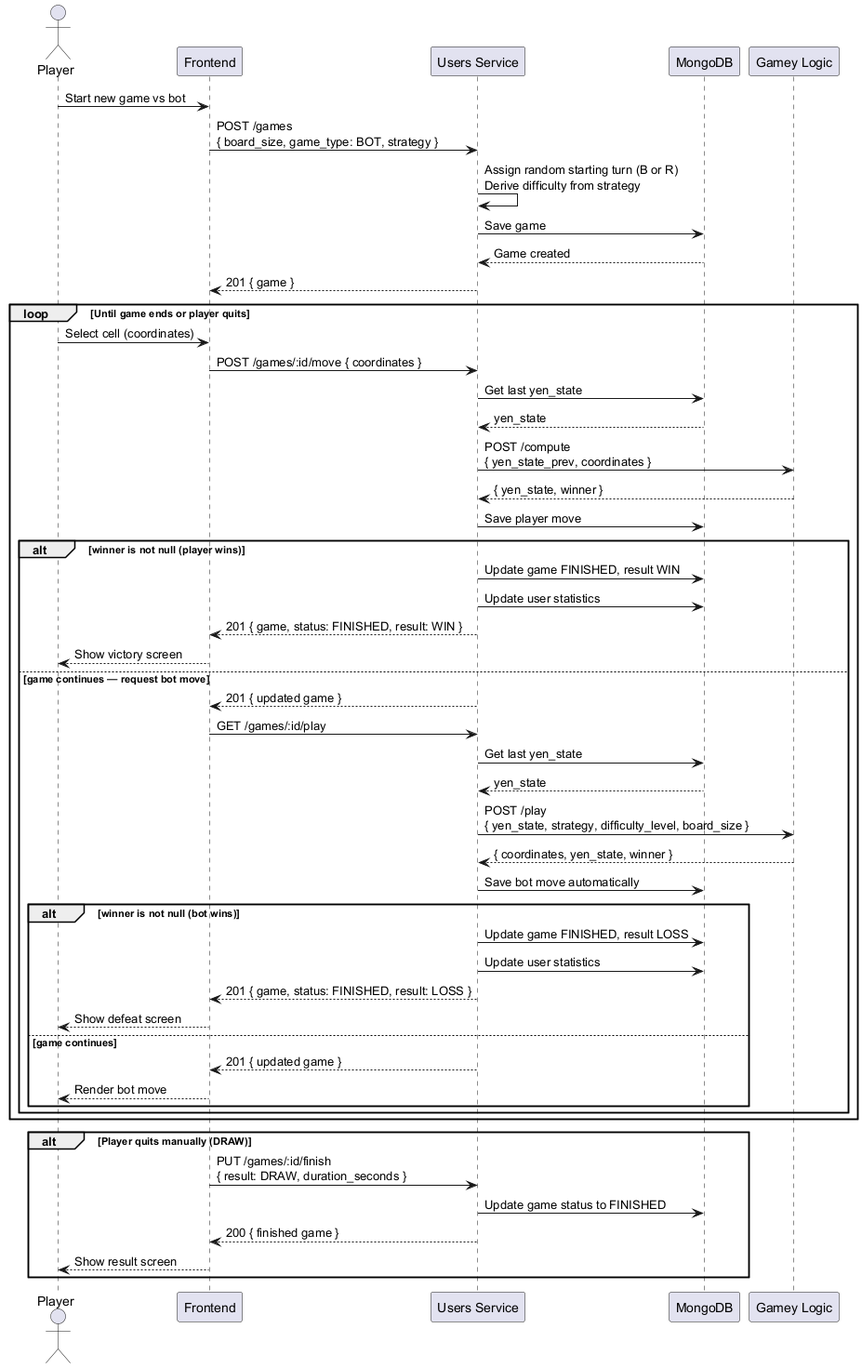
The PlantUML diagram images/pve-sequence.png in Arquisoft/yovi_en1b, before a commit.
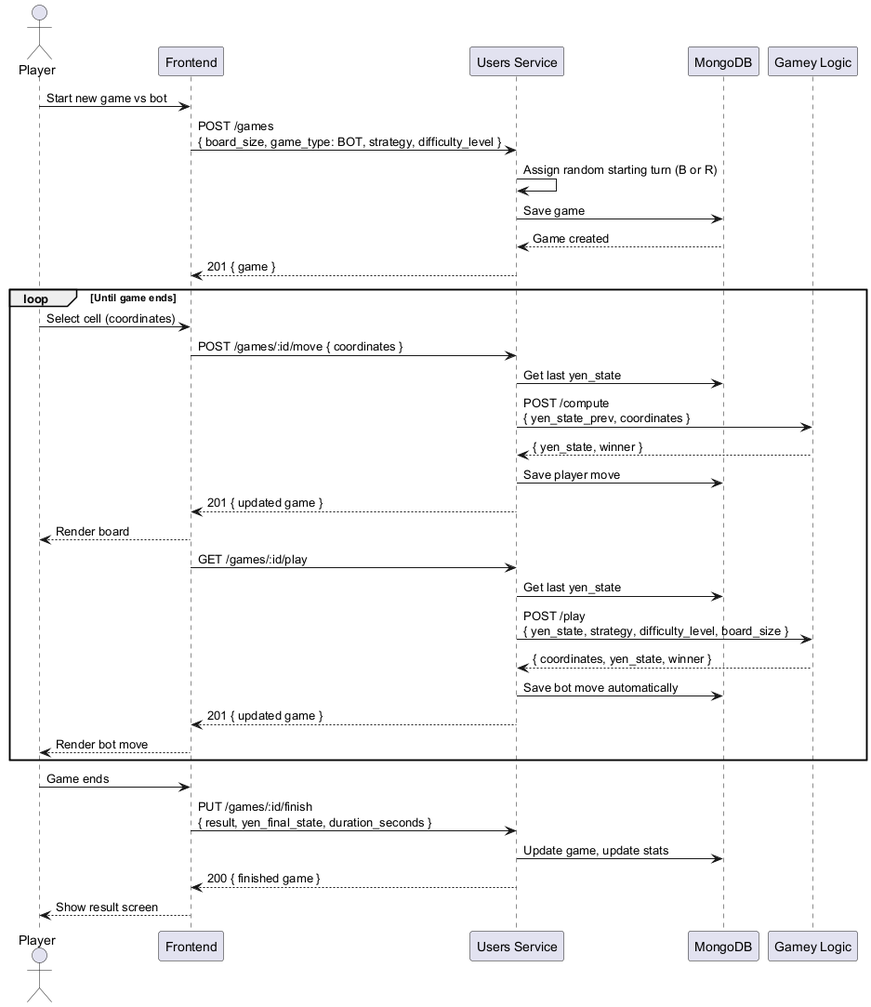
After the change.

Diff of the diagram source:
```diff
@@ -6,51 +6,34 @@
 participant "Gamey Logic" as GAMEY
 
 Player -> FE: Start new game vs bot
-FE -> USERS: POST /games\n{ board_size, game_type: BOT, strategy }
-USERS -> USERS: Assign random starting turn (B or R)\nDerive difficulty from strategy
+FE -> USERS: POST /games\n{ board_size, game_type: BOT, strategy, difficulty_level }
+USERS -> USERS: Assign random starting turn (B or R)
 USERS -> DB: Save game
 DB --> USERS: Game created
 USERS --> FE: 201 { game }
 
-loop Until game ends or player quits
+loop Until game ends
     Player -> FE: Select cell (coordinates)
     FE -> USERS: POST /games/:id/move { coordinates }
     USERS -> DB: Get last yen_state
-    DB --> USERS: yen_state
     USERS -> GAMEY: POST /compute\n{ yen_state_prev, coordinates }
     GAMEY --> USERS: { yen_state, winner }
     USERS -> DB: Save player move
+    USERS --> FE: 201 { updated game }
+    FE --> Player: Render board
 
-    alt winner is not null (player wins)
-        USERS -> DB: Update game FINISHED, result WIN
-        USERS -> DB: Update user statistics
-        USERS --> FE: 201 { game, status: FINISHED, result: WIN }
-        FE --> Player: Show victory screen
-    else game continues — request bot move
-        USERS --> FE: 201 { updated game }
-        FE -> USERS: GET /games/:id/play
-        USERS -> DB: Get last yen_state
-        DB --> USERS: yen_state
-        USERS -> GAMEY: POST /play\n{ yen_state, strategy, difficulty_level, board_size }
-        GAMEY --> USERS: { coordinates, yen_state, winner }
-        USERS -> DB: Save bot move automatically
-
-        alt winner is not null (bot wins)
-            USERS -> DB: Update game FINISHED, result LOSS
-            USERS -> DB: Update user statistics
-            USERS --> FE: 201 { game, status: FINISHED, result: LOSS }
-            FE --> Player: Show defeat screen
-        else game continues
-            USERS --> FE: 201 { updated game }
-            FE --> Player: Render bot move
-        end
-    end
+    FE -> USERS: GET /games/:id/play
+    USERS -> DB: Get last yen_state
+    USERS -> GAMEY: POST /play\n{ yen_state, strategy, difficulty_level, board_size }
+    GAMEY --> USERS: { coordinates, yen_state, winner }
+    USERS -> DB: Save bot move automatically
+    USERS --> FE: 201 { updated game }
+    FE --> Player: Render bot move
 end
 
-alt Player quits manually (DRAW)
-    FE -> USERS: PUT /games/:id/finish\n{ result: DRAW, duration_seconds }
-    USERS -> DB: Update game status to FINISHED
-    USERS --> FE: 200 { finished game }
-    FE --> Player: Show result screen
-end
+Player -> FE: Game ends
+FE -> USERS: PUT /games/:id/finish\n{ result, yen_final_state, duration_seconds }
+USERS -> DB: Update game, update stats
+USERS --> FE: 200 { finished game }
+FE --> Player: Show result screen
 @enduml
```
